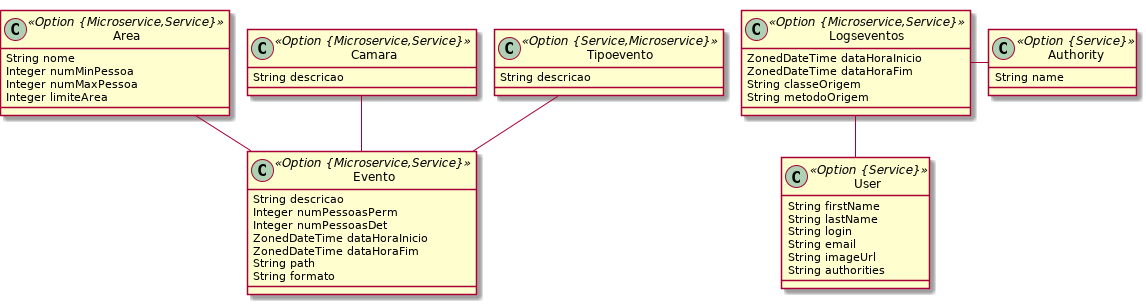
Above: base_dados/bd.png in NunoVelosoMIEGSI/prisontech (PlantUML), before the change.
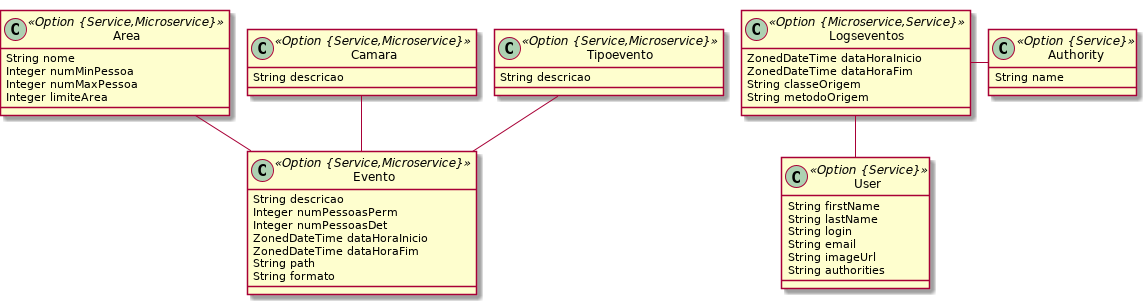
The same diagram one commit later.

The edit, as a diff of the source:
```diff
@@ -1,19 +1,19 @@
 @startuml
 	!pragma graphviz_dot jdot
 	!pragma syntax class
-	class Area <<Option {Microservice,Service}>> {
+	class Area <<Option {Service,Microservice}>> {
 		String nome
 		Integer numMinPessoa
 		Integer numMaxPessoa
 		Integer limiteArea
 	}
-	class Camara <<Option {Microservice,Service}>> {
+	class Camara <<Option {Service,Microservice}>> {
 		String descricao
 	}
 	class Tipoevento <<Option {Service,Microservice}>> {
 		String descricao
 	}
-	class Evento <<Option {Microservice,Service}>> {
+	class Evento <<Option {Service,Microservice}>> {
 		String descricao
 		Integer numPessoasPerm
 		Integer numPessoasDet
```
